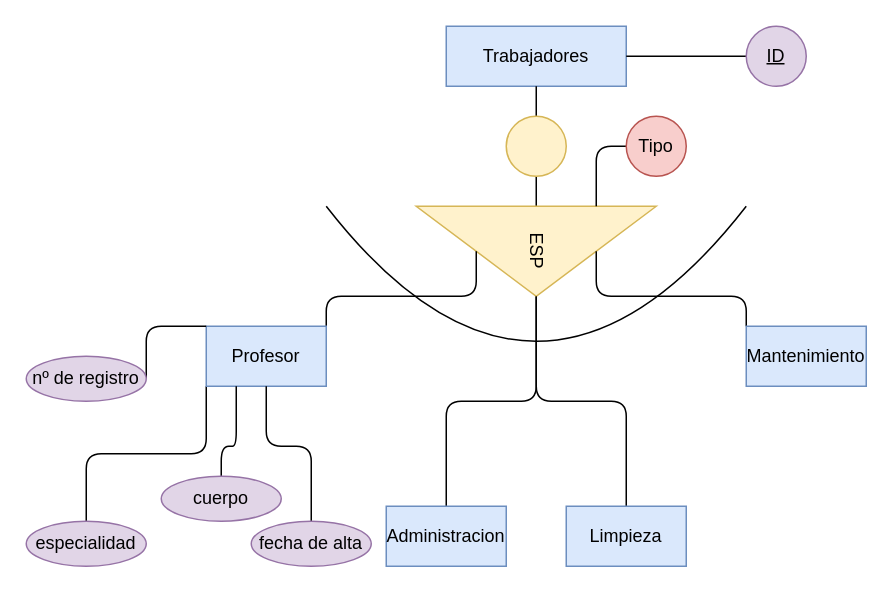
Earlier version of the draw.io diagram Unidad-1/Diagrama sin título.drawio (toninavhd/Base-datos). Source tidied: cells renumbered, new cells numbered last; positions are measured from the earlier drawing's top-left corner, leaving out a move shared by most shapes. Both pictures are drawn from the tidied source at 150%, with x=0, y=0 at pixel (26, 26).
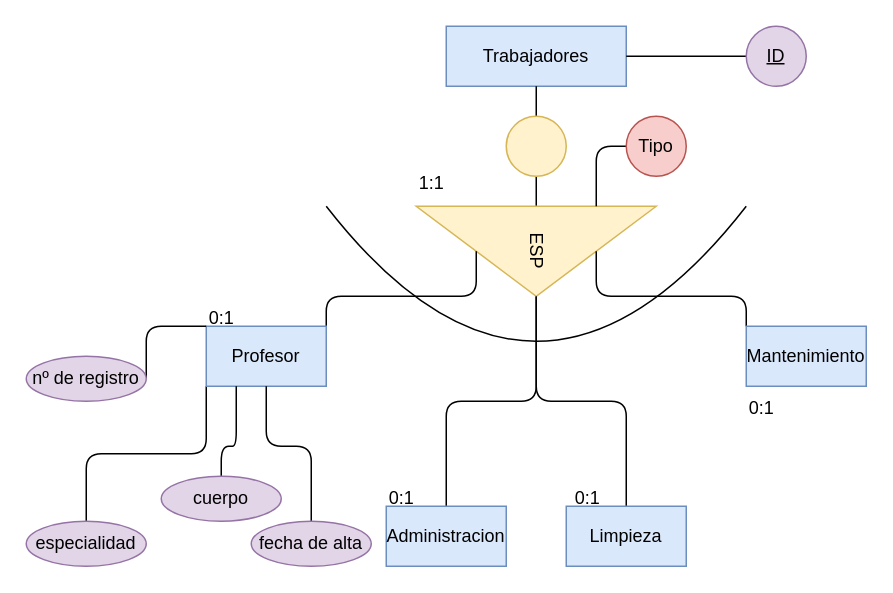
The same page after the edit.

What changed in the source:
```diff
@@
+    <mxCell id="28" value="1:1" style="text;html=1;align=center;verticalAlign=middle;strokeColor=none;fillColor=none;" parent="1" vertex="1">
+      <mxGeometry x="250" y="90" width="40" height="30" as="geometry" />
+    </mxCell>
+    <mxCell id="29" value="&lt;div&gt;0:1&lt;/div&gt;" style="text;html=1;align=center;verticalAlign=middle;strokeColor=none;fillColor=none;" parent="1" vertex="1">
+      <mxGeometry x="110" y="180" width="40" height="30" as="geometry" />
+    </mxCell>
+    <mxCell id="30" value="&lt;div&gt;0:1&lt;/div&gt;" style="text;html=1;align=center;verticalAlign=middle;strokeColor=none;fillColor=none;" parent="1" vertex="1">
+      <mxGeometry x="230" y="300" width="40" height="30" as="geometry" />
+    </mxCell>
+    <mxCell id="31" value="&lt;div&gt;0:1&lt;/div&gt;" style="text;html=1;align=center;verticalAlign=middle;strokeColor=none;fillColor=none;" parent="1" vertex="1">
+      <mxGeometry x="354" y="300" width="40" height="30" as="geometry" />
+    </mxCell>
+    <mxCell id="32" value="&lt;div&gt;0:1&lt;/div&gt;" style="text;html=1;align=center;verticalAlign=middle;strokeColor=none;fillColor=none;" parent="1" vertex="1">
+      <mxGeometry x="470" y="240" width="40" height="30" as="geometry" />
+    </mxCell>
```
